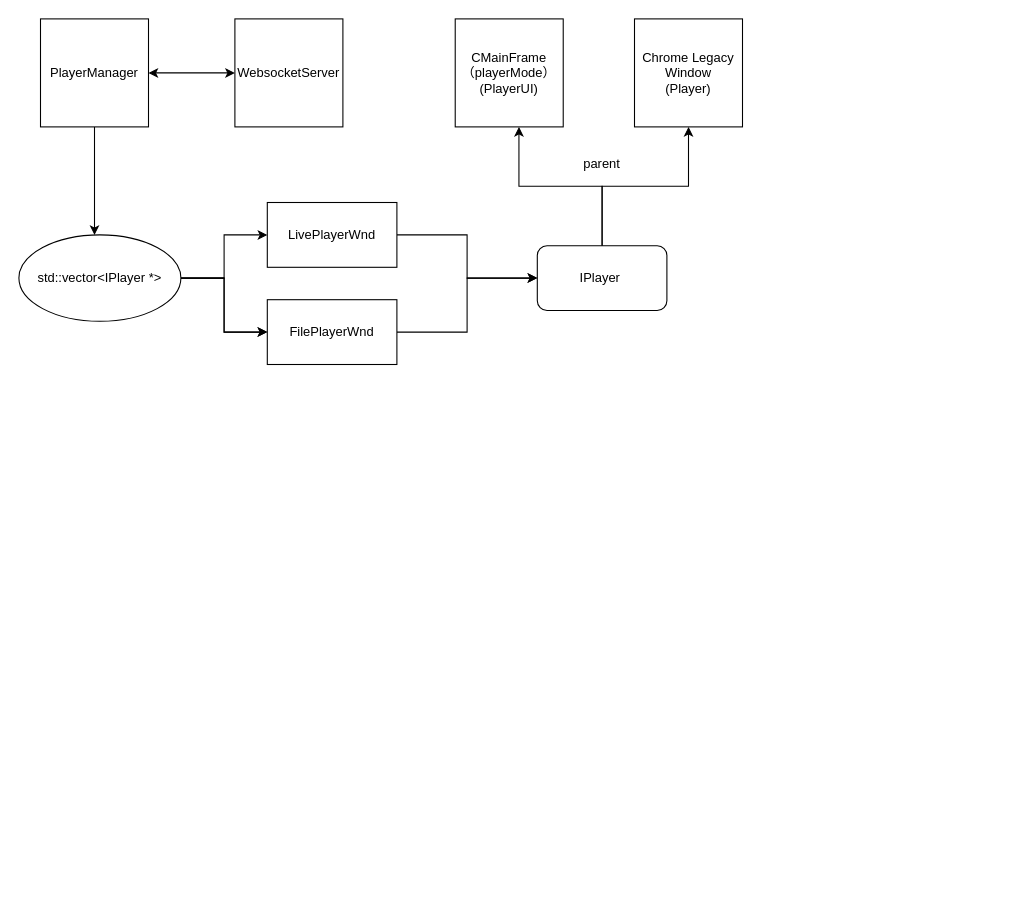
zpzp0818/zpzp0818 keeps this draw.io diagram as 未命名绘图.drawio. Above is the earlier version. Source tidied: cells renumbered, new cells numbered last; positions are measured from the earlier drawing's top-left corner, leaving out a move shared by most shapes. Both pictures are drawn from the tidied source at 108%, with x=0, y=0 at pixel (18, 18).
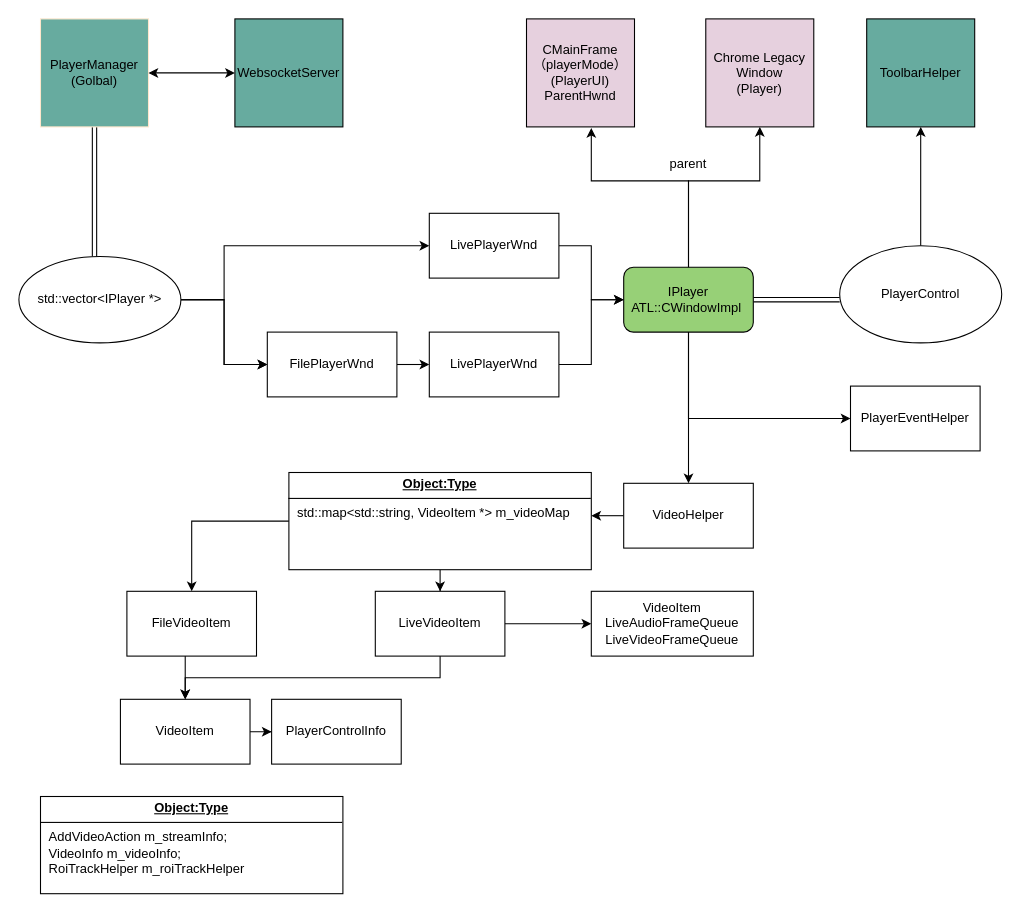
The same diagram, later.

Commit message:
更新未命名绘图.drawio

What changed in the source:
```diff
@@
-    <mxCell id="2" style="edgeStyle=orthogonalEdgeStyle;rounded=0;jettySize=auto;html=1;" parent="1" edge="1" source="3" target="7">
+    <mxCell id="2" style="edgeStyle=orthogonalEdgeStyle;rounded=0;jettySize=auto;html=1;shape=link;" parent="1" edge="1" source="3" target="7">
       <mxGeometry relative="1" as="geometry">
         <Array as="points">
           <mxPoint x="70" y="190" />
           <mxPoint x="70" y="190" />
         </Array>
       </mxGeometry>
     </mxCell>
-    <mxCell id="3" value="PlayerManager" style="whiteSpace=wrap;html=1;" parent="1" vertex="1">
+    <mxCell id="3" value="PlayerManager&lt;div&gt;(Golbal&lt;span style=&quot;background-color: transparent; color: light-dark(rgb(0, 0, 0), rgb(255, 255, 255));&quot;&gt;)&lt;/span&gt;&lt;/div&gt;" style="whiteSpace=wrap;html=1;strokeColor=#FFE6CC;fillColor=#67AB9F;" parent="1" vertex="1">
       <mxGeometry x="20" width="100" height="100" as="geometry" />
     </mxCell>
@@
     <mxCell id="6" style="edgeStyle=orthogonalEdgeStyle;rounded=0;jettySize=auto;html=1;" parent="1" edge="1" source="7" target="11">
-      <mxGeometry relative="1" as="geometry" />
+      <mxGeometry relative="1" as="geometry">
+        <Array as="points">
+          <mxPoint x="190" y="260" />
+          <mxPoint x="190" y="210" />
+        </Array>
+      </mxGeometry>
     </mxCell>
     <mxCell id="7" value="std::vector&amp;lt;IPlayer *&amp;gt;" style="ellipse;whiteSpace=wrap;html=1;" parent="1" vertex="1">
-      <mxGeometry y="200" width="150" height="80" as="geometry" />
+      <mxGeometry y="220" width="150" height="80" as="geometry" />
     </mxCell>
     <mxCell id="8" style="edgeStyle=orthogonalEdgeStyle;rounded=0;jettySize=auto;html=1;" parent="1" edge="1" source="9" target="17">
-      <mxGeometry relative="1" as="geometry" />
+      <mxGeometry relative="1" as="geometry">
+        <Array as="points">
+          <mxPoint x="620" y="150" />
+          <mxPoint x="686" y="150" />
+        </Array>
+      </mxGeometry>
     </mxCell>
+    <mxCell id="20" style="edgeStyle=orthogonalEdgeStyle;rounded=0;jettySize=auto;html=1;shape=link;" parent="1" edge="1" source="9">
+      <mxGeometry relative="1" as="geometry">
+        <mxPoint x="760" y="260" as="targetPoint" />
+      </mxGeometry>
+    </mxCell>
+    <mxCell id="21" style="edgeStyle=orthogonalEdgeStyle;rounded=0;jettySize=auto;html=1;entryX=0;entryY=0.5;entryDx=0;entryDy=0;" parent="1" edge="1" source="9" target="31">
+      <mxGeometry relative="1" as="geometry">
+        <Array as="points">
+          <mxPoint x="620" y="370" />
+        </Array>
+      </mxGeometry>
+    </mxCell>
+    <mxCell id="22" style="edgeStyle=orthogonalEdgeStyle;rounded=0;jettySize=auto;html=1;" parent="1" edge="1" source="9" target="30">
+      <mxGeometry relative="1" as="geometry" />
+    </mxCell>
-    <mxCell id="9" value="IPlayer&amp;nbsp;" style="rounded=1;whiteSpace=wrap;html=1;" parent="1" vertex="1">
-      <mxGeometry x="480" y="210" width="120" height="60" as="geometry" />
+    <mxCell id="9" value="IPlayer&lt;div&gt;ATL::CWindowImpl&amp;nbsp;&lt;/div&gt;" style="rounded=1;whiteSpace=wrap;html=1;fillColor=#97D077;" parent="1" vertex="1">
+      <mxGeometry x="560" y="230" width="120" height="60" as="geometry" />
     </mxCell>
-    <mxCell id="10" style="edgeStyle=orthogonalEdgeStyle;rounded=0;jettySize=auto;html=1;entryX=0;entryY=0.5;entryDx=0;entryDy=0;" parent="1" edge="1" source="11" target="9">
+    <mxCell id="10" style="edgeStyle=orthogonalEdgeStyle;rounded=0;jettySize=auto;html=1;" parent="1" edge="1" source="11" target="9">
       <mxGeometry relative="1" as="geometry" />
     </mxCell>
     <mxCell id="11" value="LivePlayerWnd" style="rounded=0;whiteSpace=wrap;html=1;" parent="1" vertex="1">
-      <mxGeometry x="230" y="170" width="120" height="60" as="geometry" />
+      <mxGeometry x="380" y="180" width="120" height="60" as="geometry" />
     </mxCell>
-    <mxCell id="12" style="edgeStyle=orthogonalEdgeStyle;rounded=0;jettySize=auto;html=1;entryX=0;entryY=0.5;entryDx=0;entryDy=0;" parent="1" edge="1" source="13" target="9">
-      <mxGeometry relative="1" as="geometry" />
-    </mxCell>
+    <mxCell id="23" style="edgeStyle=orthogonalEdgeStyle;rounded=0;jettySize=auto;html=1;" parent="1" edge="1" source="13">
+      <mxGeometry relative="1" as="geometry">
+        <mxPoint x="380" y="320" as="targetPoint" />
+      </mxGeometry>
+    </mxCell>
     <mxCell id="13" value="FilePlayerWnd" style="rounded=0;whiteSpace=wrap;html=1;" parent="1" vertex="1">
-      <mxGeometry x="230" y="260" width="120" height="60" as="geometry" />
+      <mxGeometry x="230" y="290" width="120" height="60" as="geometry" />
     </mxCell>
-    <mxCell id="14" value="WebsocketServer" style="whiteSpace=wrap;html=1;" parent="1" vertex="1">
+    <mxCell id="14" value="WebsocketServer" style="whiteSpace=wrap;html=1;fillColor=#67AB9F;" parent="1" vertex="1">
       <mxGeometry x="200" width="100" height="100" as="geometry" />
     </mxCell>
@@
-    <mxCell id="16" value="CMainFrame&lt;div&gt;（playerMode）&lt;/div&gt;&lt;div&gt;(PlayerUI)&lt;/div&gt;" style="whiteSpace=wrap;html=1;" parent="1" vertex="1">
-      <mxGeometry x="404" width="100" height="100" as="geometry" />
+    <mxCell id="16" value="CMainFrame&lt;div&gt;（playerMode）&lt;/div&gt;&lt;div&gt;(PlayerUI)&lt;/div&gt;&lt;div&gt;ParentHwnd&lt;/div&gt;" style="whiteSpace=wrap;html=1;fillColor=#E6D0DE;" parent="1" vertex="1">
+      <mxGeometry x="470" width="100" height="100" as="geometry" />
     </mxCell>
-    <mxCell id="17" value="Chrome Legacy Window&lt;div&gt;(Player)&lt;/div&gt;" style="whiteSpace=wrap;html=1;" parent="1" vertex="1">
-      <mxGeometry x="570" width="100" height="100" as="geometry" />
+    <mxCell id="17" value="Chrome Legacy Window&lt;div&gt;(Player)&lt;/div&gt;" style="whiteSpace=wrap;html=1;fillColor=#E6D0DE;" parent="1" vertex="1">
+      <mxGeometry x="636" width="100" height="100" as="geometry" />
     </mxCell>
+    <mxCell id="19" value="parent" style="text;html=1;align=center;verticalAlign=middle;whiteSpace=wrap;rounded=0;" parent="1" vertex="1">
+      <mxGeometry x="590" y="120" width="60" height="30" as="geometry" />
+    </mxCell>
-    <mxCell id="18" style="edgeStyle=orthogonalEdgeStyle;rounded=0;jettySize=auto;html=1;entryX=0.59;entryY=1;entryDx=0;entryDy=0;entryPerimeter=0;" parent="1" edge="1" source="9" target="16">
-      <mxGeometry relative="1" as="geometry" />
+    <mxCell id="18" style="edgeStyle=orthogonalEdgeStyle;rounded=0;jettySize=auto;html=1;entryX=0.6;entryY=1.01;entryDx=0;entryDy=0;entryPerimeter=0;" parent="1" edge="1" source="9" target="16">
+      <mxGeometry relative="1" as="geometry">
+        <Array as="points">
+          <mxPoint x="620" y="150" />
+          <mxPoint x="530" y="150" />
+        </Array>
+      </mxGeometry>
     </mxCell>
-    <mxCell id="19" value="parent" style="text;html=1;align=center;verticalAlign=middle;whiteSpace=wrap;rounded=0;" parent="1" vertex="1">
-      <mxGeometry x="510" y="120" width="60" height="30" as="geometry" />
-    </mxCell>
+    <mxCell id="24" style="edgeStyle=orthogonalEdgeStyle;rounded=0;jettySize=auto;html=1;" parent="1" edge="1" source="25" target="9">
+      <mxGeometry relative="1" as="geometry" />
+    </mxCell>
+    <mxCell id="25" value="LivePlayerWnd" style="rounded=0;whiteSpace=wrap;html=1;" parent="1" vertex="1">
+      <mxGeometry x="380" y="290" width="120" height="60" as="geometry" />
+    </mxCell>
+    <mxCell id="26" style="edgeStyle=orthogonalEdgeStyle;rounded=0;jettySize=auto;html=1;entryX=0.5;entryY=1;entryDx=0;entryDy=0;" parent="1" edge="1" source="27" target="28">
+      <mxGeometry relative="1" as="geometry" />
+    </mxCell>
+    <mxCell id="27" value="PlayerControl" style="ellipse;whiteSpace=wrap;html=1;" parent="1" vertex="1">
+      <mxGeometry x="760" y="210" width="150" height="90" as="geometry" />
+    </mxCell>
+    <mxCell id="28" value="ToolbarHelper" style="whiteSpace=wrap;html=1;fillColor=#67AB9F;" parent="1" vertex="1">
+      <mxGeometry x="785" width="100" height="100" as="geometry" />
+    </mxCell>
+    <mxCell id="29" style="edgeStyle=orthogonalEdgeStyle;rounded=0;jettySize=auto;html=1;" parent="1" edge="1" source="30" target="34">
+      <mxGeometry relative="1" as="geometry">
+        <Array as="points">
+          <mxPoint x="530" y="450" />
+          <mxPoint x="530" y="450" />
+        </Array>
+      </mxGeometry>
+    </mxCell>
+    <mxCell id="30" value="VideoHelper" style="rounded=0;whiteSpace=wrap;html=1;" parent="1" vertex="1">
+      <mxGeometry x="560" y="430" width="120" height="60" as="geometry" />
+    </mxCell>
+    <mxCell id="31" value="PlayerEventHelper" style="rounded=0;whiteSpace=wrap;html=1;" parent="1" vertex="1">
+      <mxGeometry x="770" y="340" width="120" height="60" as="geometry" />
+    </mxCell>
+    <mxCell id="32" style="edgeStyle=orthogonalEdgeStyle;rounded=0;jettySize=auto;html=1;" parent="1" edge="1" source="34" target="43">
+      <mxGeometry relative="1" as="geometry" />
+    </mxCell>
+    <mxCell id="33" style="edgeStyle=orthogonalEdgeStyle;rounded=0;jettySize=auto;html=1;" parent="1" edge="1" source="34" target="41">
+      <mxGeometry relative="1" as="geometry" />
+    </mxCell>
+    <mxCell id="34" value="&lt;p style=&quot;margin:0px;margin-top:4px;text-align:center;text-decoration:underline;&quot;&gt;&lt;b&gt;Object:Type&lt;/b&gt;&lt;/p&gt;&lt;hr size=&quot;1&quot; style=&quot;border-style:solid;&quot;&gt;&lt;p style=&quot;margin:0px;margin-left:8px;&quot;&gt;std::map&amp;lt;std::string, VideoItem *&amp;gt; m_videoMap&lt;br&gt;&lt;br&gt;&lt;/p&gt;" style="verticalAlign=top;align=left;overflow=fill;html=1;whiteSpace=wrap;" parent="1" vertex="1">
+      <mxGeometry x="250" y="420" width="280" height="90" as="geometry" />
+    </mxCell>
+    <mxCell id="35" style="edgeStyle=orthogonalEdgeStyle;rounded=0;jettySize=auto;html=1;" parent="1" edge="1" source="36" target="38">
+      <mxGeometry relative="1" as="geometry" />
+    </mxCell>
+    <mxCell id="36" value="VideoItem" style="rounded=0;whiteSpace=wrap;html=1;" parent="1" vertex="1">
+      <mxGeometry x="94" y="630" width="120" height="60" as="geometry" />
+    </mxCell>
+    <mxCell id="37" value="&lt;p style=&quot;margin:0px;margin-top:4px;text-align:center;text-decoration:underline;&quot;&gt;&lt;b&gt;Object:Type&lt;/b&gt;&lt;/p&gt;&lt;hr size=&quot;1&quot; style=&quot;border-style:solid;&quot;&gt;&lt;p style=&quot;margin:0px;margin-left:8px;&quot;&gt;AddVideoAction m_streamInfo;&lt;/p&gt;&lt;p style=&quot;margin:0px;margin-left:8px;&quot;&gt;&lt;span style=&quot;white-space: normal;&quot;&gt;VideoInfo m_videoInfo;&lt;/span&gt;&lt;/p&gt;&lt;p style=&quot;margin:0px;margin-left:8px;&quot;&gt;&lt;span style=&quot;white-space: normal;&quot;&gt;RoiTrackHelper m_roiTrackHelper&lt;/span&gt;&lt;/p&gt;&lt;p style=&quot;margin:0px;margin-left:8px;&quot;&gt;&lt;br&gt;&lt;/p&gt;" style="verticalAlign=top;align=left;overflow=fill;html=1;whiteSpace=wrap;" parent="1" vertex="1">
+      <mxGeometry x="20" y="720" width="280" height="90" as="geometry" />
+    </mxCell>
+    <mxCell id="38" value="PlayerControlInfo" style="rounded=0;whiteSpace=wrap;html=1;" parent="1" vertex="1">
+      <mxGeometry x="234" y="630" width="120" height="60" as="geometry" />
+    </mxCell>
+    <mxCell id="39" style="edgeStyle=orthogonalEdgeStyle;rounded=0;jettySize=auto;html=1;entryX=0.5;entryY=0;entryDx=0;entryDy=0;" parent="1" edge="1" source="41" target="36">
+      <mxGeometry relative="1" as="geometry">
+        <Array as="points">
+          <mxPoint x="390" y="610" />
+          <mxPoint x="154" y="610" />
+        </Array>
+      </mxGeometry>
+    </mxCell>
+    <mxCell id="40" style="edgeStyle=orthogonalEdgeStyle;rounded=0;jettySize=auto;html=1;" parent="1" edge="1" source="41" target="44">
+      <mxGeometry relative="1" as="geometry" />
+    </mxCell>
+    <mxCell id="41" value="LiveVideoItem" style="rounded=0;whiteSpace=wrap;html=1;" parent="1" vertex="1">
+      <mxGeometry x="330" y="530" width="120" height="60" as="geometry" />
+    </mxCell>
+    <mxCell id="42" style="edgeStyle=orthogonalEdgeStyle;rounded=0;jettySize=auto;html=1;" parent="1" edge="1" source="43" target="36">
+      <mxGeometry relative="1" as="geometry">
+        <Array as="points">
+          <mxPoint x="154" y="600" />
+          <mxPoint x="154" y="600" />
+        </Array>
+      </mxGeometry>
+    </mxCell>
+    <mxCell id="43" value="FileVideoItem" style="rounded=0;whiteSpace=wrap;html=1;" parent="1" vertex="1">
+      <mxGeometry x="100" y="530" width="120" height="60" as="geometry" />
+    </mxCell>
+    <mxCell id="44" value="VideoItem&lt;div&gt;LiveAudioFrameQueue&lt;/div&gt;&lt;div&gt;LiveVideoFrameQueue&lt;/div&gt;" style="rounded=0;whiteSpace=wrap;html=1;" parent="1" vertex="1">
+      <mxGeometry x="530" y="530" width="150" height="60" as="geometry" />
+    </mxCell>
```
